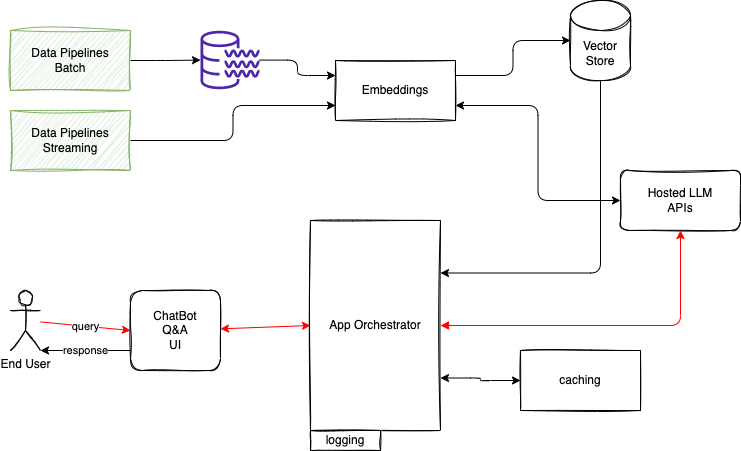
Earlier version of the draw.io export docs/diagrams/llm-ra-1.drawio.png (jbcodeforce/llm-ref-arch-demo). Source tidied: cells renumbered, new cells last; positions are measured from the earlier drawing's top-left corner, leaving out a move shared by most shapes.
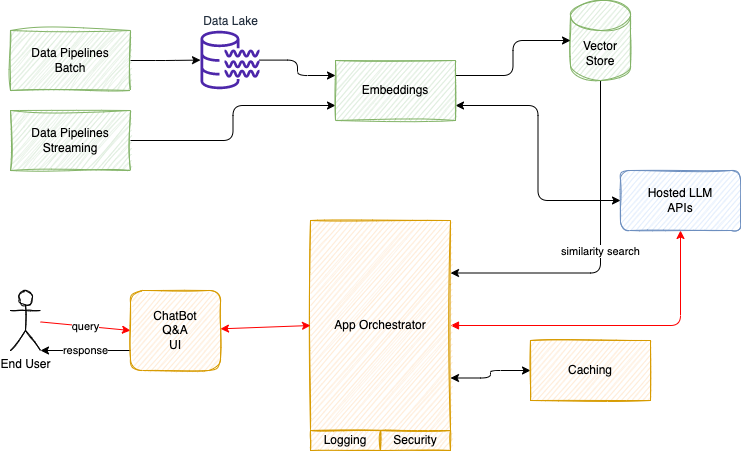
After the commit.

Commit message:
update to pipeline and add orchestrator

Change to the diagram source:
```diff
@@ -14,10 +14,10 @@
     <mxCell id="5" value="Data Pipelines&lt;br&gt;Streaming" style="rounded=0;whiteSpace=wrap;html=1;fillColor=#d5e8d4;strokeColor=#82b366;sketch=1;curveFitting=1;jiggle=2;" parent="1" vertex="1">
       <mxGeometry y="110" width="120" height="60" as="geometry" />
     </mxCell>
-    <mxCell id="6" style="edgeStyle=orthogonalEdgeStyle;html=1;entryX=1;entryY=0.25;entryDx=0;entryDy=0;startArrow=none;startFill=0;exitX=0.5;exitY=1;exitDx=0;exitDy=0;exitPerimeter=0;" parent="1" edge="1" source="7" target="10">
+    <mxCell id="6" value="similarity search" style="edgeStyle=orthogonalEdgeStyle;html=1;entryX=1;entryY=0.25;entryDx=0;entryDy=0;startArrow=none;startFill=0;exitX=0.5;exitY=1;exitDx=0;exitDy=0;exitPerimeter=0;" parent="1" edge="1" source="7" target="10">
       <mxGeometry relative="1" as="geometry" />
     </mxCell>
-    <mxCell id="7" value="Vector Store" style="shape=cylinder3;whiteSpace=wrap;html=1;boundedLbl=1;backgroundOutline=1;size=15;sketch=1;" parent="1" vertex="1">
+    <mxCell id="7" value="Vector Store" style="shape=cylinder3;whiteSpace=wrap;html=1;boundedLbl=1;backgroundOutline=1;size=15;sketch=1;fillColor=#d5e8d4;strokeColor=#82b366;" parent="1" vertex="1">
       <mxGeometry x="560" width="60" height="80" as="geometry" />
     </mxCell>
     <mxCell id="8" style="edgeStyle=orthogonalEdgeStyle;html=1;entryX=0.5;entryY=1;entryDx=0;entryDy=0;startArrow=block;startFill=1;strokeColor=#FF0000;" parent="1" edge="1" source="10" target="16">
@@ -26,8 +26,8 @@
     <mxCell id="9" style="edgeStyle=orthogonalEdgeStyle;html=1;strokeColor=#000000;startArrow=classic;startFill=1;exitX=1;exitY=0.75;exitDx=0;exitDy=0;" parent="1" edge="1" source="10" target="21">
       <mxGeometry relative="1" as="geometry" />
     </mxCell>
-    <mxCell id="10" value="App Orchestrator" style="rounded=0;whiteSpace=wrap;html=1;sketch=1;" parent="1" vertex="1">
-      <mxGeometry x="300" y="220" width="130" height="210" as="geometry" />
+    <mxCell id="10" value="App Orchestrator" style="rounded=0;whiteSpace=wrap;html=1;sketch=1;fillColor=#ffe6cc;strokeColor=#d79b00;" parent="1" vertex="1">
+      <mxGeometry x="300" y="220" width="140" height="210" as="geometry" />
     </mxCell>
     <mxCell id="11" value="query" style="edgeStyle=none;html=1;entryX=0;entryY=0.5;entryDx=0;entryDy=0;strokeColor=#FF0000;" parent="1" edge="1" source="12" target="15">
       <mxGeometry relative="1" as="geometry" />
@@ -41,10 +41,10 @@
     <mxCell id="14" style="edgeStyle=none;html=1;entryX=0;entryY=0.5;entryDx=0;entryDy=0;startArrow=classic;startFill=1;strokeColor=#FF0000;" parent="1" edge="1" source="15" target="10">
       <mxGeometry relative="1" as="geometry" />
     </mxCell>
-    <mxCell id="15" value="ChatBot&lt;br&gt;Q&amp;amp;A&lt;br&gt;UI" style="rounded=1;whiteSpace=wrap;html=1;sketch=1;" parent="1" vertex="1">
+    <mxCell id="15" value="ChatBot&lt;br&gt;Q&amp;amp;A&lt;br&gt;UI" style="rounded=1;whiteSpace=wrap;html=1;sketch=1;fillColor=#ffe6cc;strokeColor=#d79b00;" parent="1" vertex="1">
       <mxGeometry x="120" y="290" width="90" height="80" as="geometry" />
     </mxCell>
-    <mxCell id="16" value="Hosted LLM&lt;br&gt;APIs" style="rounded=1;whiteSpace=wrap;html=1;sketch=1;" parent="1" vertex="1">
+    <mxCell id="16" value="Hosted LLM&lt;br&gt;APIs" style="rounded=1;whiteSpace=wrap;html=1;sketch=1;fillColor=#dae8fc;strokeColor=#6c8ebf;" parent="1" vertex="1">
       <mxGeometry x="610" y="170" width="120" height="60" as="geometry" />
     </mxCell>
     <mxCell id="17" style="edgeStyle=orthogonalEdgeStyle;html=1;entryX=0;entryY=0.5;entryDx=0;entryDy=0;startArrow=classic;startFill=1;exitX=1;exitY=0.75;exitDx=0;exitDy=0;" parent="1" edge="1" source="19" target="16">
@@ -53,20 +53,23 @@
     <mxCell id="18" style="edgeStyle=orthogonalEdgeStyle;html=1;entryX=0;entryY=0.5;entryDx=0;entryDy=0;entryPerimeter=0;startArrow=none;startFill=0;exitX=1;exitY=0.25;exitDx=0;exitDy=0;" parent="1" edge="1" source="19" target="7">
       <mxGeometry relative="1" as="geometry" />
     </mxCell>
-    <mxCell id="19" value="Embeddings" style="rounded=0;whiteSpace=wrap;html=1;sketch=1;" parent="1" vertex="1">
+    <mxCell id="19" value="Embeddings" style="rounded=0;whiteSpace=wrap;html=1;sketch=1;fillColor=#d5e8d4;strokeColor=#82b366;" parent="1" vertex="1">
       <mxGeometry x="325" y="60" width="120" height="60" as="geometry" />
     </mxCell>
-    <mxCell id="20" value="logging" style="whiteSpace=wrap;html=1;sketch=1;" parent="1" vertex="1">
+    <mxCell id="20" value="Logging" style="whiteSpace=wrap;html=1;sketch=1;fillColor=#ffe6cc;strokeColor=#d79b00;" parent="1" vertex="1">
       <mxGeometry x="300" y="430" width="70" height="20" as="geometry" />
     </mxCell>
-    <mxCell id="21" value="caching" style="whiteSpace=wrap;html=1;sketch=1;" parent="1" vertex="1">
-      <mxGeometry x="510" y="350" width="120" height="60" as="geometry" />
+    <mxCell id="21" value="Caching" style="whiteSpace=wrap;html=1;sketch=1;fillColor=#ffe6cc;strokeColor=#d79b00;" parent="1" vertex="1">
+      <mxGeometry x="520" y="340" width="120" height="60" as="geometry" />
     </mxCell>
     <mxCell id="22" style="edgeStyle=orthogonalEdgeStyle;html=1;entryX=0;entryY=0.25;entryDx=0;entryDy=0;strokeColor=#000000;startArrow=none;startFill=0;" parent="1" edge="1" source="23" target="19">
       <mxGeometry relative="1" as="geometry" />
     </mxCell>
-    <mxCell id="23" style="sketch=0;outlineConnect=0;fontColor=#232F3E;gradientColor=none;fillColor=#4D27AA;strokeColor=none;dashed=0;verticalLabelPosition=bottom;verticalAlign=top;align=center;html=1;fontSize=12;fontStyle=0;shape=mxgraph.aws4.data_lake_resource_icon;" parent="1" vertex="1">
+    <mxCell id="23" value="Data Lake" style="sketch=0;outlineConnect=0;fontColor=#232F3E;gradientColor=none;fillColor=#4D27AA;strokeColor=none;dashed=0;verticalLabelPosition=top;verticalAlign=bottom;align=center;html=1;fontSize=12;fontStyle=0;shape=mxgraph.aws4.data_lake_resource_icon;labelPosition=center;" parent="1" vertex="1">
       <mxGeometry x="190" y="30" width="59" height="59" as="geometry" />
     </mxCell>
+    <mxCell id="24" value="Security" style="whiteSpace=wrap;html=1;sketch=1;fillColor=#ffe6cc;strokeColor=#d79b00;" parent="1" vertex="1">
+      <mxGeometry x="370" y="430" width="70" height="20" as="geometry" />
+    </mxCell>
   </root>
 </mxGraphModel>
```
